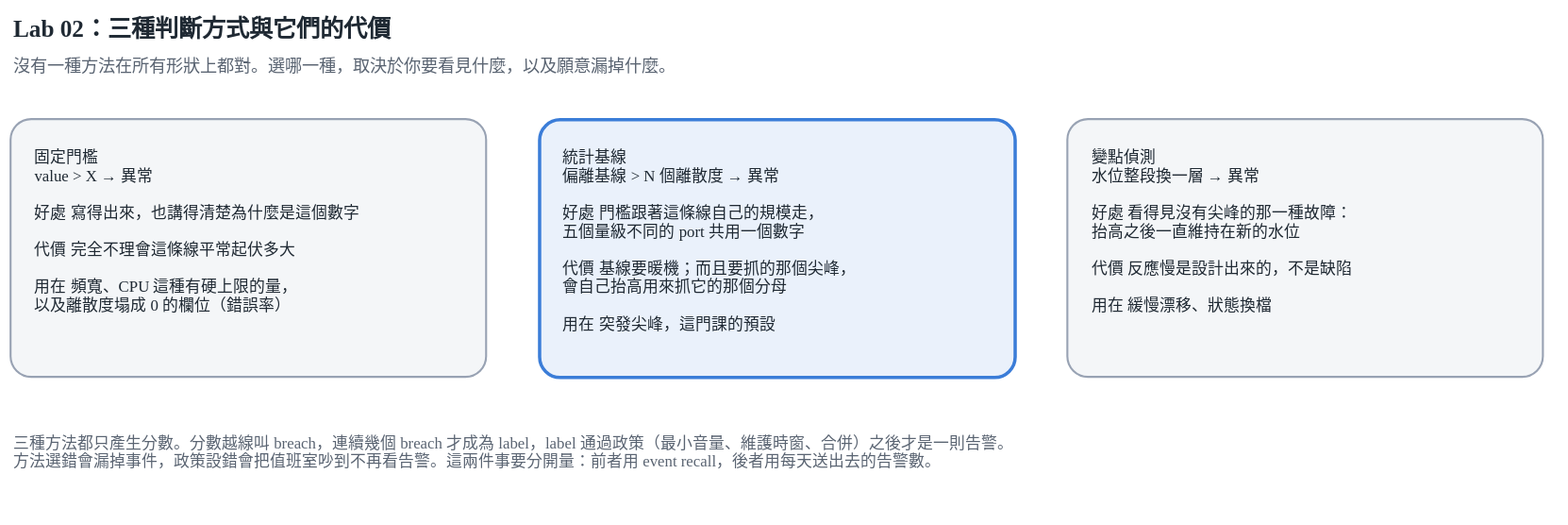
kevin880987/aiops-anomaly-zero-to-hero keeps this draw.io diagram as labs/workshop/diagrams/lab02_detection_methods.svg. Above is the earlier version. Source tidied: cells renumbered, new cells last; positions are measured from the earlier drawing's top-left corner, leaving out a move shared by most shapes. Source of this version:
```xml
<mxGraphModel background="#FFFFFF">
  <root>
    <mxCell id="0" />
    <mxCell id="1" parent="0" />
    <mxCell id="2" value="Lab 02：三種判斷方式與它們的代價" style="text;html=1;align=left;verticalAlign=middle;fontFamily=Georgia;fontSize=18;fontStyle=1;fontColor=#1F2933;" parent="1" vertex="1">
      <mxGeometry width="900" height="30" as="geometry" />
    </mxCell>
    <mxCell id="3" value="沒有一種方法在所有形狀上都對。選哪一種，取決於你要看見什麼，以及願意漏掉什麼。" style="text;html=1;align=left;verticalAlign=middle;fontFamily=Georgia;fontSize=13;fontColor=#5A6472;" parent="1" vertex="1">
      <mxGeometry y="30" width="900" height="24" as="geometry" />
    </mxCell>
    <mxCell id="4" value="&lt;b style=&quot;font-size:15px&quot;&gt;固定門檻&lt;/b&gt;&lt;br/&gt;&lt;span style=&quot;color:#3B7DD8&quot;&gt;value &amp;gt; X → 異常&lt;/span&gt;&lt;br/&gt;&lt;br/&gt;&lt;span style=&quot;color:#5A6472&quot;&gt;&lt;b&gt;好處&lt;/b&gt;　寫得出來，也講得清楚為什麼是這個數字&lt;br/&gt;&lt;br/&gt;&lt;b&gt;代價&lt;/b&gt;　完全不理會這條線平常起伏多大&lt;br/&gt;&lt;br/&gt;&lt;b&gt;用在&lt;/b&gt;　頻寬、CPU 這種有硬上限的量，&lt;br/&gt;　　　以及離散度塌成 0 的欄位（錯誤率）&lt;/span&gt;" style="rounded=1;arcSize=8;whiteSpace=wrap;html=1;fillColor=#F4F6F8;strokeColor=#98A2B3;strokeWidth=1.5;fontFamily=Georgia;fontSize=12;fontColor=#1F2933;align=left;verticalAlign=top;spacingLeft=16;spacingTop=14;spacingRight=14;" parent="1" vertex="1">
      <mxGeometry y="82" width="360" height="195" as="geometry" />
    </mxCell>
    <mxCell id="5" value="&lt;b style=&quot;font-size:15px&quot;&gt;統計基線&lt;/b&gt;&lt;br/&gt;&lt;span style=&quot;color:#3B7DD8&quot;&gt;偏離基線 &amp;gt; N 個離散度 → 異常&lt;/span&gt;&lt;br/&gt;&lt;br/&gt;&lt;span style=&quot;color:#5A6472&quot;&gt;&lt;b&gt;好處&lt;/b&gt;　門檻跟著這條線自己的規模走，&lt;br/&gt;　　　五個量級不同的 port 共用一個數字&lt;br/&gt;&lt;br/&gt;&lt;b&gt;代價&lt;/b&gt;　基線要暖機；而且要抓的那個尖峰，&lt;br/&gt;　　　會自己抬高用來抓它的那個分母&lt;br/&gt;&lt;br/&gt;&lt;b&gt;用在&lt;/b&gt;　突發尖峰，這門課的預設&lt;/span&gt;" style="rounded=1;arcSize=8;whiteSpace=wrap;html=1;fillColor=#EAF1FB;strokeColor=#3B7DD8;strokeWidth=2.5;fontFamily=Georgia;fontSize=12;fontColor=#1F2933;align=left;verticalAlign=top;spacingLeft=16;spacingTop=14;spacingRight=14;" parent="1" vertex="1">
      <mxGeometry x="400" y="82" width="360" height="195" as="geometry" />
    </mxCell>
    <mxCell id="6" value="&lt;b style=&quot;font-size:15px&quot;&gt;變點偵測&lt;/b&gt;&lt;br/&gt;&lt;span style=&quot;color:#3B7DD8&quot;&gt;水位整段換一層 → 異常&lt;/span&gt;&lt;br/&gt;&lt;br/&gt;&lt;span style=&quot;color:#5A6472&quot;&gt;&lt;b&gt;好處&lt;/b&gt;　看得見沒有尖峰的那一種故障：&lt;br/&gt;　　　抬高之後一直維持在新的水位&lt;br/&gt;&lt;br/&gt;&lt;b&gt;代價&lt;/b&gt;　反應慢是設計出來的，不是缺陷&lt;br/&gt;&lt;br/&gt;&lt;b&gt;用在&lt;/b&gt;　緩慢漂移、狀態換檔&lt;/span&gt;" style="rounded=1;arcSize=8;whiteSpace=wrap;html=1;fillColor=#F4F6F8;strokeColor=#98A2B3;strokeWidth=1.5;fontFamily=Georgia;fontSize=12;fontColor=#1F2933;align=left;verticalAlign=top;spacingLeft=16;spacingTop=14;spacingRight=14;" parent="1" vertex="1">
      <mxGeometry x="800" y="82" width="360" height="195" as="geometry" />
    </mxCell>
    <mxCell id="7" value="&lt;b&gt;三種方法都只產生分數。&lt;/b&gt;分數越線叫 breach，連續幾個 breach 才成為 label，label 通過政策（最小音量、維護時窗、合併）之後才是一則告警。&lt;br/&gt;方法選錯會漏掉事件，政策設錯會把值班室吵到不再看告警。這兩件事要分開量：前者用 event recall，後者用每天送出去的告警數。" style="text;html=1;align=left;verticalAlign=top;fontFamily=Georgia;fontSize=12;fontColor=#5A6472;" parent="1" vertex="1">
      <mxGeometry y="312" width="1160" height="60" as="geometry" />
    </mxCell>
  </root>
</mxGraphModel>
```
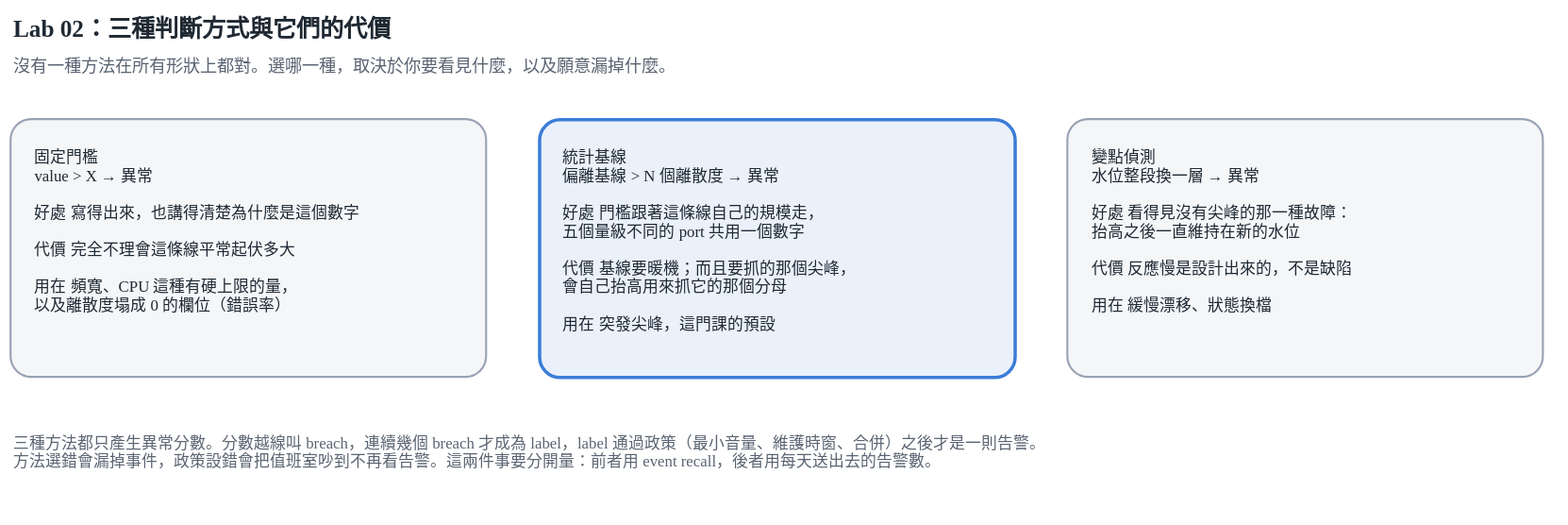
Above is the later version.

Commit message:
圖表：偏離分數與原始指標的用詞對齊，重建 SVG

lab00 的四處分數改成偏離分數、指標改成原始指標，lab02 的分數改成異常分數。
專案裡分數與指標指的是不同層，先前有幾處只寫了裸詞。

What changed in the source:
```diff
@@ -17,7 +17,7 @@
     <mxCell id="6" value="&lt;b style=&quot;font-size:15px&quot;&gt;變點偵測&lt;/b&gt;&lt;br/&gt;&lt;span style=&quot;color:#3B7DD8&quot;&gt;水位整段換一層 → 異常&lt;/span&gt;&lt;br/&gt;&lt;br/&gt;&lt;span style=&quot;color:#5A6472&quot;&gt;&lt;b&gt;好處&lt;/b&gt;　看得見沒有尖峰的那一種故障：&lt;br/&gt;　　　抬高之後一直維持在新的水位&lt;br/&gt;&lt;br/&gt;&lt;b&gt;代價&lt;/b&gt;　反應慢是設計出來的，不是缺陷&lt;br/&gt;&lt;br/&gt;&lt;b&gt;用在&lt;/b&gt;　緩慢漂移、狀態換檔&lt;/span&gt;" style="rounded=1;arcSize=8;whiteSpace=wrap;html=1;fillColor=#F4F6F8;strokeColor=#98A2B3;strokeWidth=1.5;fontFamily=Georgia;fontSize=12;fontColor=#1F2933;align=left;verticalAlign=top;spacingLeft=16;spacingTop=14;spacingRight=14;" parent="1" vertex="1">
       <mxGeometry x="800" y="82" width="360" height="195" as="geometry" />
     </mxCell>
-    <mxCell id="7" value="&lt;b&gt;三種方法都只產生分數。&lt;/b&gt;分數越線叫 breach，連續幾個 breach 才成為 label，label 通過政策（最小音量、維護時窗、合併）之後才是一則告警。&lt;br/&gt;方法選錯會漏掉事件，政策設錯會把值班室吵到不再看告警。這兩件事要分開量：前者用 event recall，後者用每天送出去的告警數。" style="text;html=1;align=left;verticalAlign=top;fontFamily=Georgia;fontSize=12;fontColor=#5A6472;" parent="1" vertex="1">
+    <mxCell id="7" value="&lt;b&gt;三種方法都只產生異常分數。&lt;/b&gt;分數越線叫 breach，連續幾個 breach 才成為 label，label 通過政策（最小音量、維護時窗、合併）之後才是一則告警。&lt;br/&gt;方法選錯會漏掉事件，政策設錯會把值班室吵到不再看告警。這兩件事要分開量：前者用 event recall，後者用每天送出去的告警數。" style="text;html=1;align=left;verticalAlign=top;fontFamily=Georgia;fontSize=12;fontColor=#5A6472;" parent="1" vertex="1">
       <mxGeometry y="312" width="1160" height="60" as="geometry" />
     </mxCell>
   </root>
```
